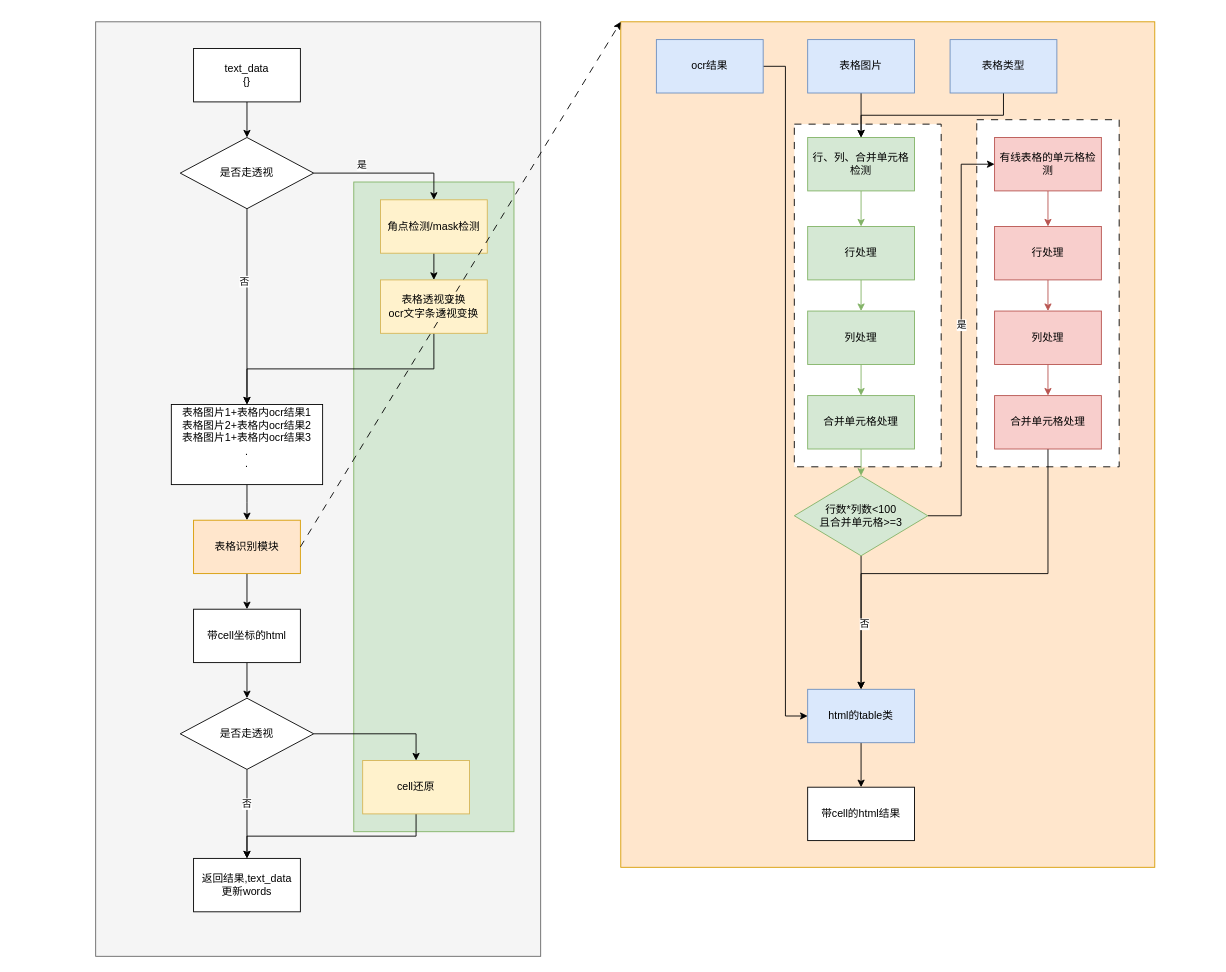
This is 表格流程图.drawio from archwolf118/AI, a draw.io file, before an edit. Source tidied: cells renumbered, new cells numbered last; positions are measured from the earlier drawing's top-left corner, leaving out a move shared by most shapes. Both pictures are drawn from the tidied source at 89%, with x=0, y=0 at pixel (95, 21).
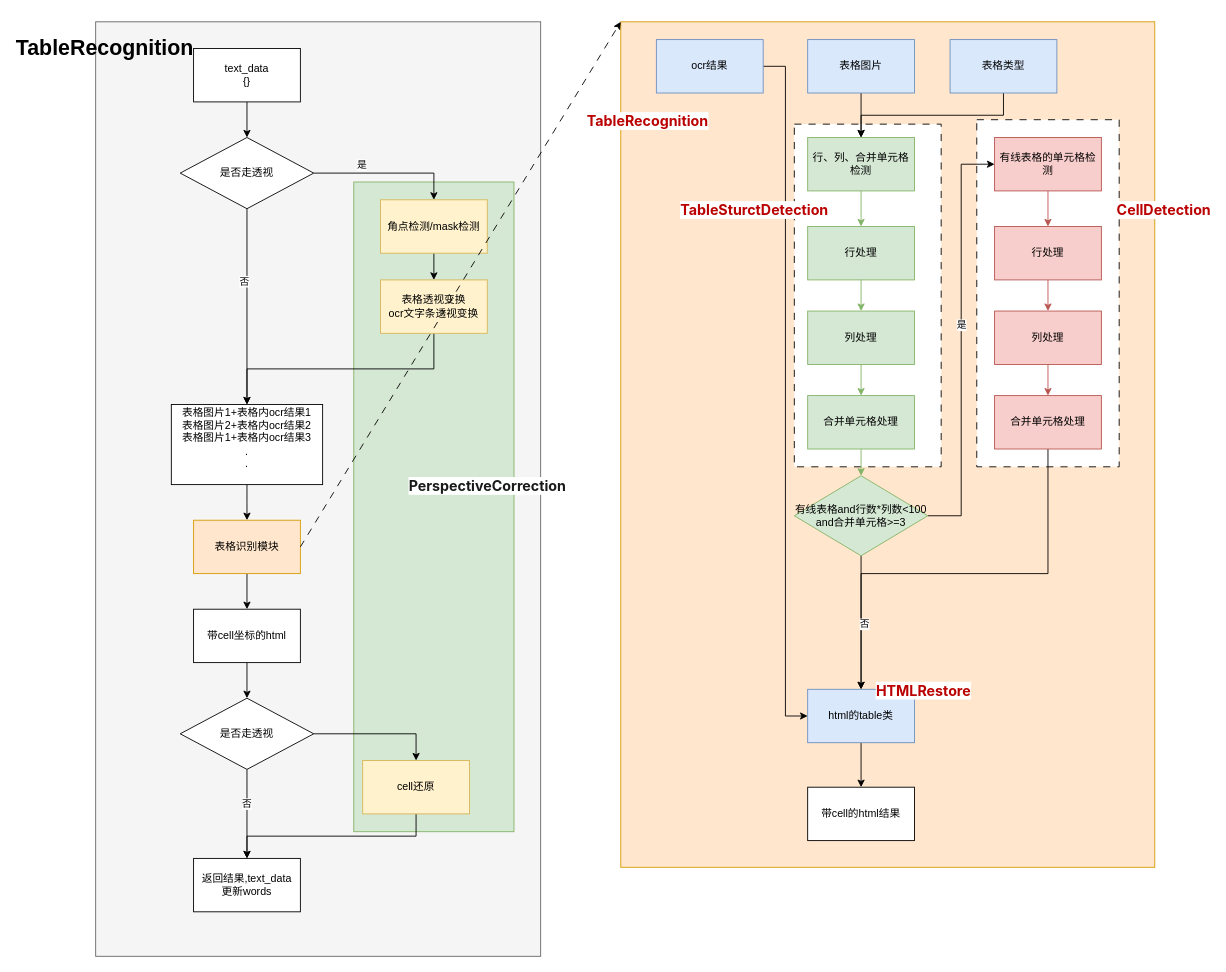
The same diagram, later.

Commit message:
更新表格流程图.drawio

Change to the diagram source:
```diff
@@
-    <mxCell id="44" value="行数*列数&amp;lt;100&lt;br&gt;且合并单元格&amp;gt;=3" style="rhombus;whiteSpace=wrap;html=1;fillColor=#d5e8d4;strokeColor=#82b366;" parent="1" vertex="1">
+    <mxCell id="44" value="有线表格and行数*列数&amp;lt;100&lt;br&gt;and合并单元格&amp;gt;=3" style="rhombus;whiteSpace=wrap;html=1;fillColor=#d5e8d4;strokeColor=#82b366;" parent="1" vertex="1">
       <mxGeometry x="785" y="510" width="150" height="90" as="geometry" />
     </mxCell>
@@
+    <mxCell id="62" value="TableRecognition" style="text;strokeColor=none;fillColor=none;html=1;fontSize=24;fontStyle=1;verticalAlign=middle;align=center;" parent="1" vertex="1">
+      <mxGeometry x="-40" y="10" width="100" height="40" as="geometry" />
+    </mxCell>
+    <mxCell id="63" value="&lt;span style=&quot;font-family: -apple-system, BlinkMacSystemFont, &amp;quot;Segoe UI&amp;quot;, system-ui, -apple-system, &amp;quot;Segoe UI&amp;quot;, Roboto, Ubuntu, Cantarell, &amp;quot;Noto Sans&amp;quot;, sans-serif, Arial, &amp;quot;PingFang SC&amp;quot;, &amp;quot;Source Han Sans SC&amp;quot;, &amp;quot;Microsoft YaHei UI&amp;quot;, &amp;quot;Microsoft YaHei&amp;quot;, &amp;quot;Noto Sans CJK SC&amp;quot;, sans-serif; scrollbar-color: rgba(0, 0, 0, 0.25) rgba(0, 0, 0, 0); margin: 0px; padding: 0px; border: 0px; font-variant-numeric: inherit; font-variant-east-asian: inherit; font-variant-alternates: inherit; font-variant-position: inherit; font-variant-emoji: inherit; font-stretch: inherit; font-size: 16px; line-height: inherit; font-optical-sizing: inherit; font-size-adjust: inherit; font-kerning: inherit; font-feature-settings: inherit; font-variation-settings: inherit; vertical-align: baseline; color: rgba(0, 0, 0, 0.9); text-align: start; white-space: pre-wrap; background-color: rgb(255, 255, 255);&quot;&gt;PerspectiveCorrection&lt;/span&gt;" style="text;strokeColor=none;fillColor=none;html=1;fontSize=24;fontStyle=1;verticalAlign=middle;align=center;" parent="1" vertex="1">
+      <mxGeometry x="390" y="500" width="100" height="40" as="geometry" />
+    </mxCell>
+    <mxCell id="64" value="&lt;div style=&quot;text-align: start;&quot;&gt;&lt;font color=&quot;#ba0000&quot; face=&quot;-apple-system, BlinkMacSystemFont, Segoe UI, system-ui, -apple-system, Segoe UI, Roboto, Ubuntu, Cantarell, Noto Sans, sans-serif, Arial, PingFang SC, Source Han Sans SC, Microsoft YaHei UI, Microsoft YaHei, Noto Sans CJK SC, sans-serif&quot;&gt;&lt;span style=&quot;font-size: 16px; white-space: pre-wrap; background-color: rgb(255, 255, 255);&quot;&gt;TableRecognition&lt;/span&gt;&lt;/font&gt;&lt;/div&gt;" style="text;strokeColor=none;fillColor=none;html=1;fontSize=24;fontStyle=1;verticalAlign=middle;align=center;" parent="1" vertex="1">
+      <mxGeometry x="570" y="90" width="100" height="40" as="geometry" />
+    </mxCell>
+    <mxCell id="65" value="&lt;div style=&quot;text-align: start;&quot;&gt;&lt;font color=&quot;#ba0000&quot; face=&quot;-apple-system, BlinkMacSystemFont, Segoe UI, system-ui, -apple-system, Segoe UI, Roboto, Ubuntu, Cantarell, Noto Sans, sans-serif, Arial, PingFang SC, Source Han Sans SC, Microsoft YaHei UI, Microsoft YaHei, Noto Sans CJK SC, sans-serif&quot;&gt;&lt;span style=&quot;font-size: 16px; white-space: pre-wrap; background-color: rgb(255, 255, 255);&quot;&gt;HTMLRestore&lt;/span&gt;&lt;/font&gt;&lt;/div&gt;" style="text;strokeColor=none;fillColor=none;html=1;fontSize=24;fontStyle=1;verticalAlign=middle;align=center;" parent="1" vertex="1">
+      <mxGeometry x="880" y="730" width="100" height="40" as="geometry" />
+    </mxCell>
+    <mxCell id="66" value="&lt;span style=&quot;color: rgb(186, 0, 0); font-family: -apple-system, BlinkMacSystemFont, &amp;quot;Segoe UI&amp;quot;, system-ui, -apple-system, &amp;quot;Segoe UI&amp;quot;, Roboto, Ubuntu, Cantarell, &amp;quot;Noto Sans&amp;quot;, sans-serif, Arial, &amp;quot;PingFang SC&amp;quot;, &amp;quot;Source Han Sans SC&amp;quot;, &amp;quot;Microsoft YaHei UI&amp;quot;, &amp;quot;Microsoft YaHei&amp;quot;, &amp;quot;Noto Sans CJK SC&amp;quot;, sans-serif; font-size: 16px; white-space: pre-wrap; background-color: rgb(255, 255, 255);&quot;&gt;TableSturctDetection&lt;/span&gt;" style="text;strokeColor=none;fillColor=none;html=1;fontSize=24;fontStyle=1;verticalAlign=middle;align=center;" parent="1" vertex="1">
+      <mxGeometry x="690" y="190" width="100" height="40" as="geometry" />
+    </mxCell>
+    <mxCell id="67" value="&lt;span style=&quot;color: rgb(186, 0, 0); font-family: -apple-system, BlinkMacSystemFont, &amp;quot;Segoe UI&amp;quot;, system-ui, -apple-system, &amp;quot;Segoe UI&amp;quot;, Roboto, Ubuntu, Cantarell, &amp;quot;Noto Sans&amp;quot;, sans-serif, Arial, &amp;quot;PingFang SC&amp;quot;, &amp;quot;Source Han Sans SC&amp;quot;, &amp;quot;Microsoft YaHei UI&amp;quot;, &amp;quot;Microsoft YaHei&amp;quot;, &amp;quot;Noto Sans CJK SC&amp;quot;, sans-serif; font-size: 16px; white-space: pre-wrap; background-color: rgb(255, 255, 255);&quot;&gt;CellDetection&lt;/span&gt;" style="text;strokeColor=none;fillColor=none;html=1;fontSize=24;fontStyle=1;verticalAlign=middle;align=center;" parent="1" vertex="1">
+      <mxGeometry x="1150" y="190" width="100" height="40" as="geometry" />
+    </mxCell>
```
